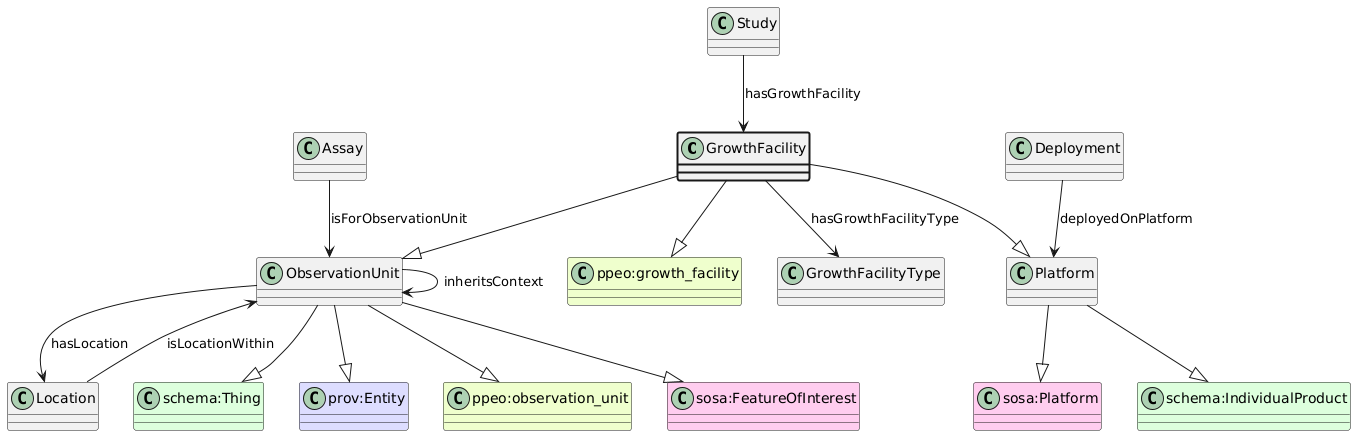
Above: ttl_uml/ttl_appn_GrowthFacility.png in aus-plant-phenomics-network/appn-schema (PlantUML), before the change.
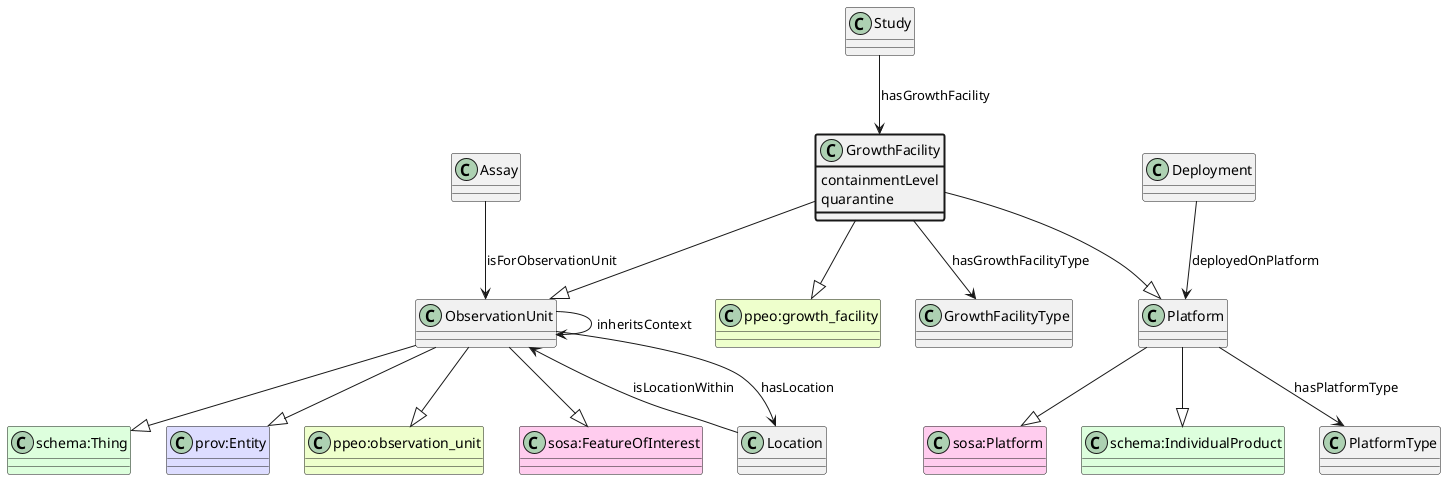
The same file after the commit.

What changed in the source:
```diff
@@ -20,8 +20,16 @@
 GrowthFacility --|> ObservationUnit
 class GrowthFacilityType
 GrowthFacility --> GrowthFacilityType : hasGrowthFacilityType
+class GrowthFacility #line.bold {
+    containmentLevel
+}
+class GrowthFacility #line.bold {
+    quarantine
+}
 class Study
 Study --> GrowthFacility : hasGrowthFacility
+class PlatformType
+Platform --> PlatformType : hasPlatformType
 class Deployment
 Deployment --> Platform : deployedOnPlatform
 class Assay
```
